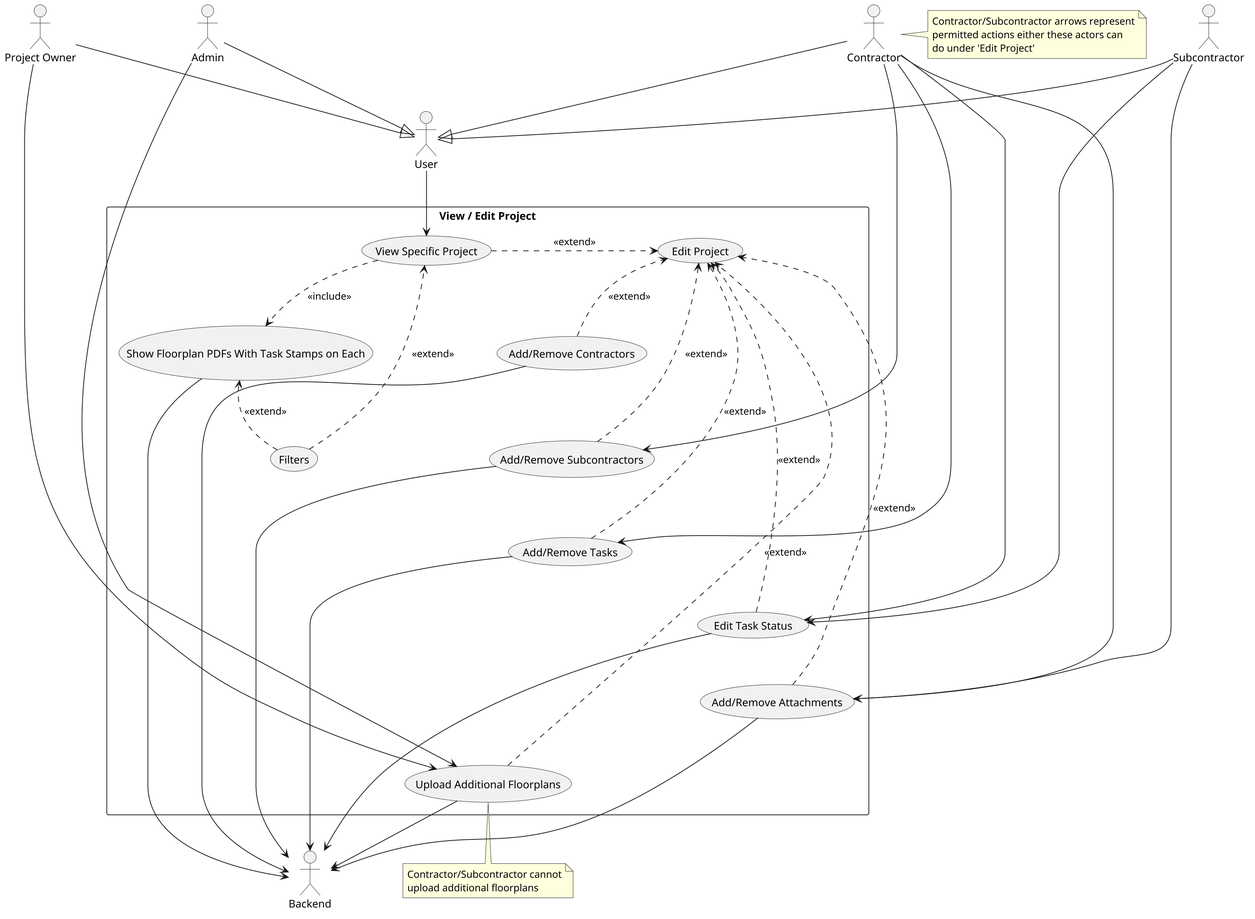
This is Use Cases/Diagrams/use-case-edit-view-proj.png from owenwriston/CMSC-447, a PlantUML export, as it was before one commit.
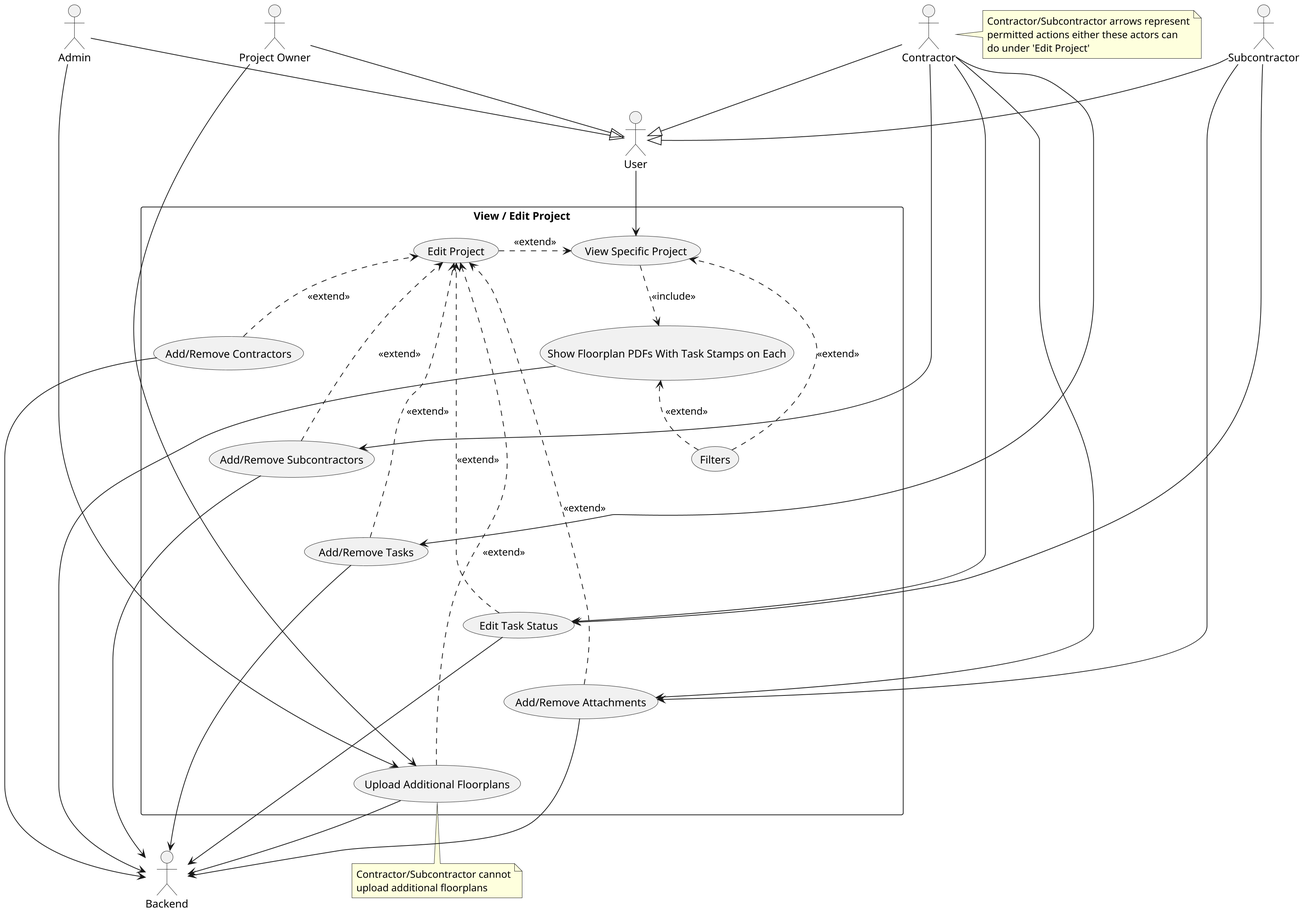
Above is the later version.

The edit, as a diff of the source:
```diff
@@ -47,7 +47,7 @@
 UC5b .> UC5 : <<extend>>
 UC5b .> UC5a : <<extend>>
 
-UC5 .> UC4 : <<extend>>
+UC4 .> UC5 : <<extend>>
 
 
 
```
